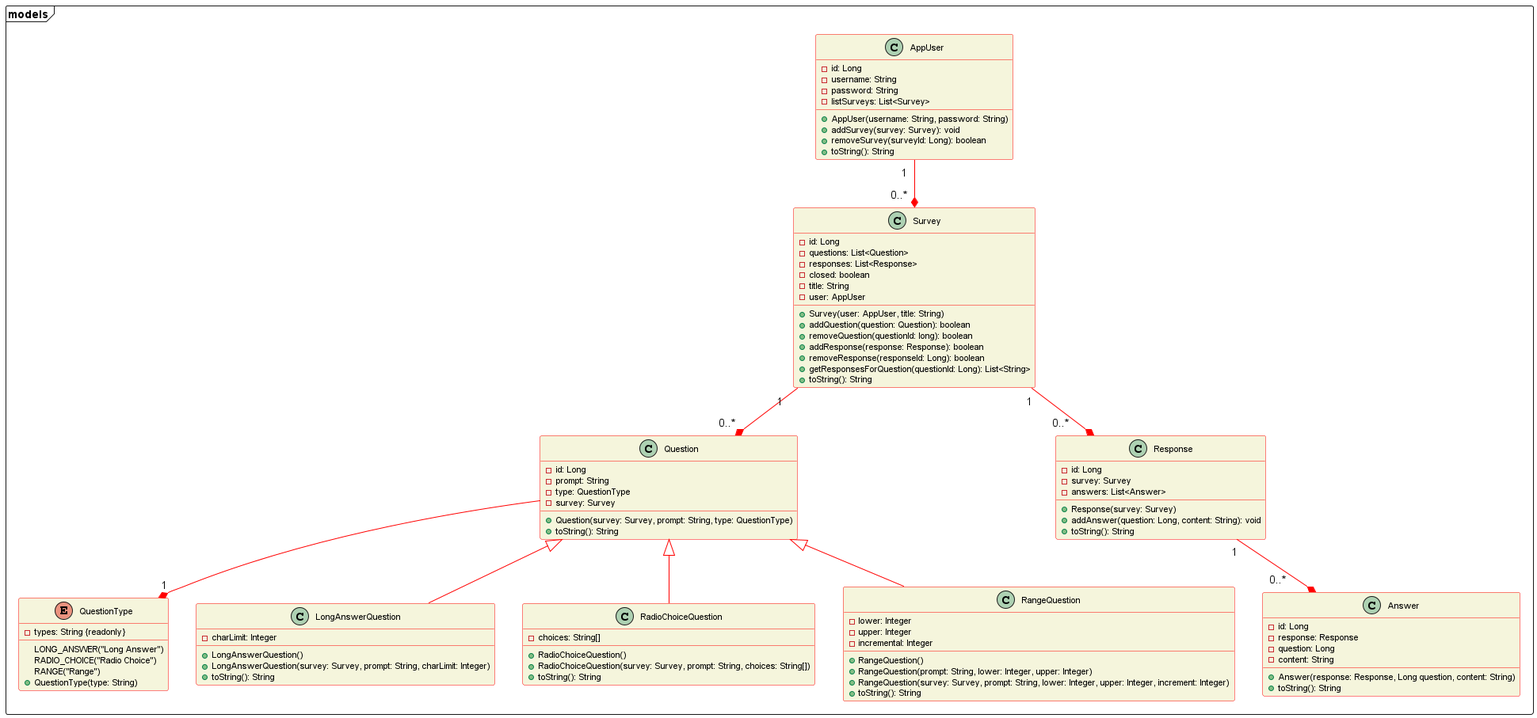
Before: diagrams/Milestone1_UML_class_diagram.png, a diagram exported from PlantUML (bardia-p/OpinionOwl).
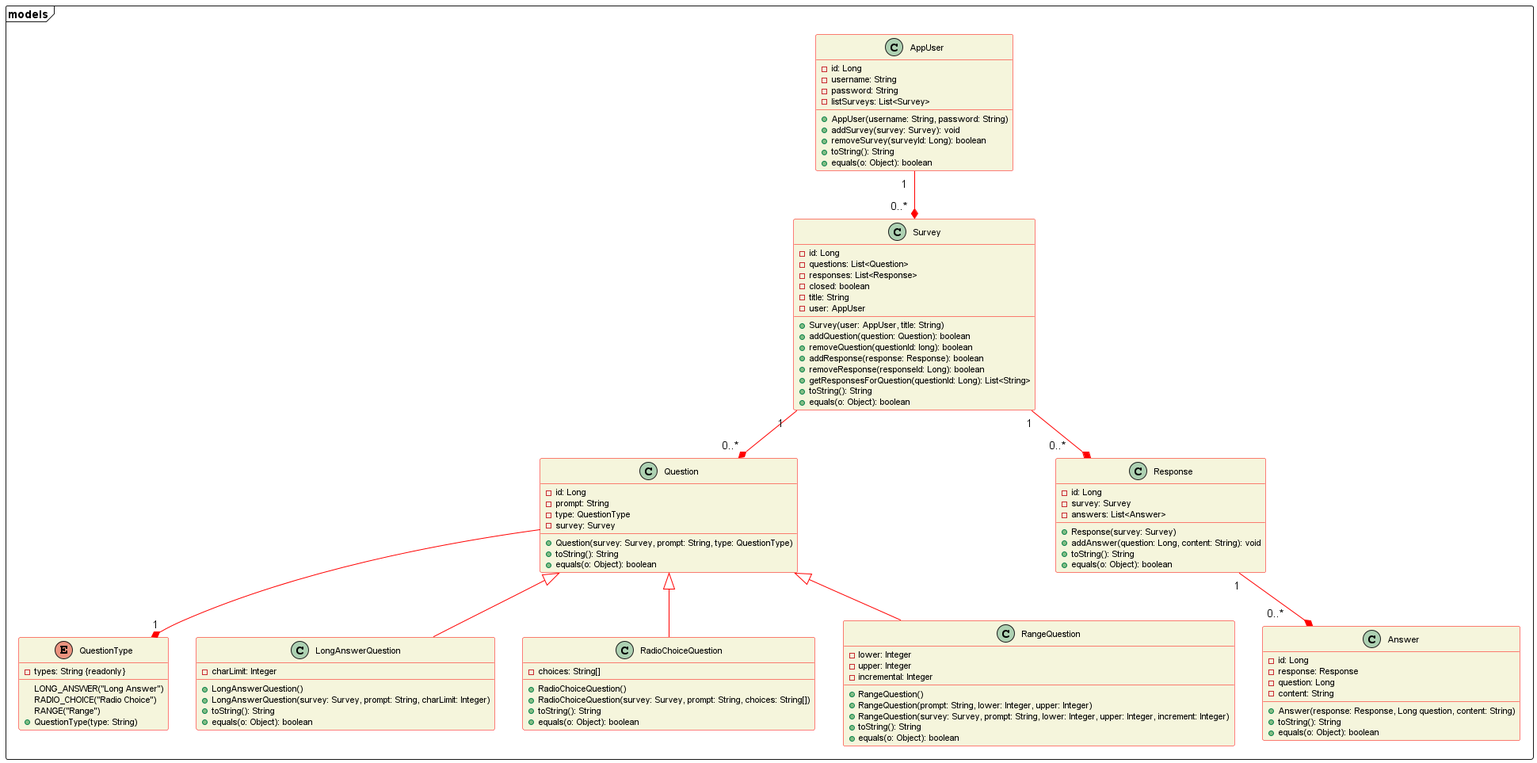
After the commit.

Commit message:
added equqals method in all models

Diff of the diagram source:
```diff
@@ -13,6 +13,7 @@
         - content: String
         + Answer(response: Response, Long question, content: String)
         + toString(): String
+        + equals(o: Object): boolean
     }
 
     class "AppUser" {
@@ -24,6 +25,7 @@
         + addSurvey(survey: Survey): void
         + removeSurvey(surveyId: Long): boolean
         + toString(): String
+        + equals(o: Object): boolean
     }
 
     enum "QuestionType" {
@@ -41,6 +43,7 @@
         - survey: Survey
         + Question(survey: Survey, prompt: String, type: QuestionType)
         + toString(): String
+        + equals(o: Object): boolean
     }
 
     class "LongAnswerQuestion" {
@@ -48,6 +51,7 @@
         + LongAnswerQuestion()
         + LongAnswerQuestion(survey: Survey, prompt: String, charLimit: Integer)
         + toString(): String
+        + equals(o: Object): boolean
     }
 
     class "RadioChoiceQuestion" {
@@ -55,6 +59,7 @@
         + RadioChoiceQuestion()
         + RadioChoiceQuestion(survey: Survey, prompt: String, choices: String[])
         + toString(): String
+        + equals(o: Object): boolean
     }
 
     class "RangeQuestion" {
@@ -65,6 +70,7 @@
         + RangeQuestion(prompt: String, lower: Integer, upper: Integer)
         + RangeQuestion(survey: Survey, prompt: String, lower: Integer, upper: Integer, increment: Integer)
         + toString(): String
+        + equals(o: Object): boolean
     }
 
     class "Response" {
@@ -74,6 +80,7 @@
         + Response(survey: Survey)
         + addAnswer(question: Long, content: String): void
         + toString(): String
+        + equals(o: Object): boolean
     }
 
     class "Survey" {
@@ -90,6 +97,7 @@
         + removeResponse(responseId: Long): boolean
         + getResponsesForQuestion(questionId: Long): List<String>
         + toString(): String
+        + equals(o: Object): boolean
     }
 }
 
```
